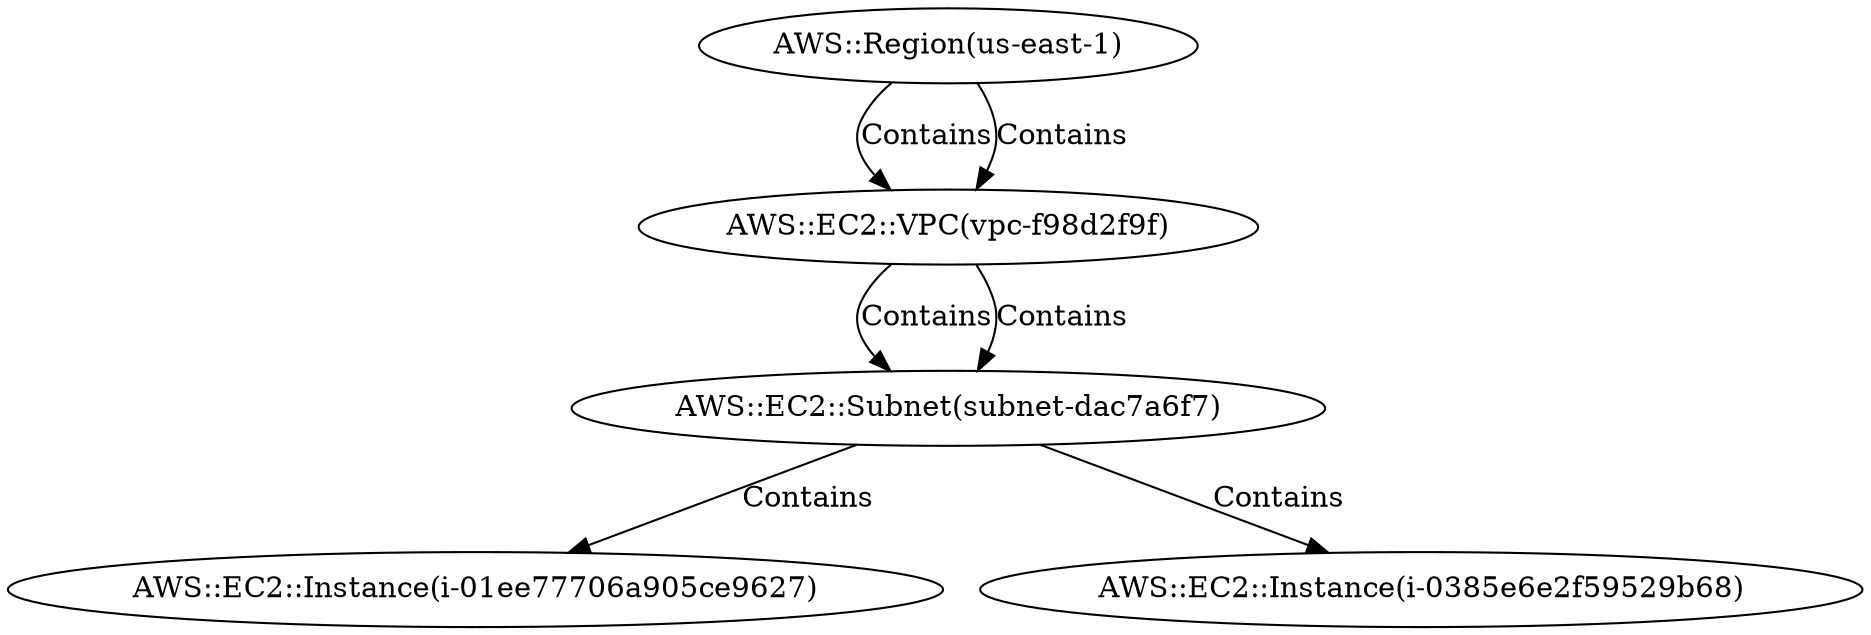
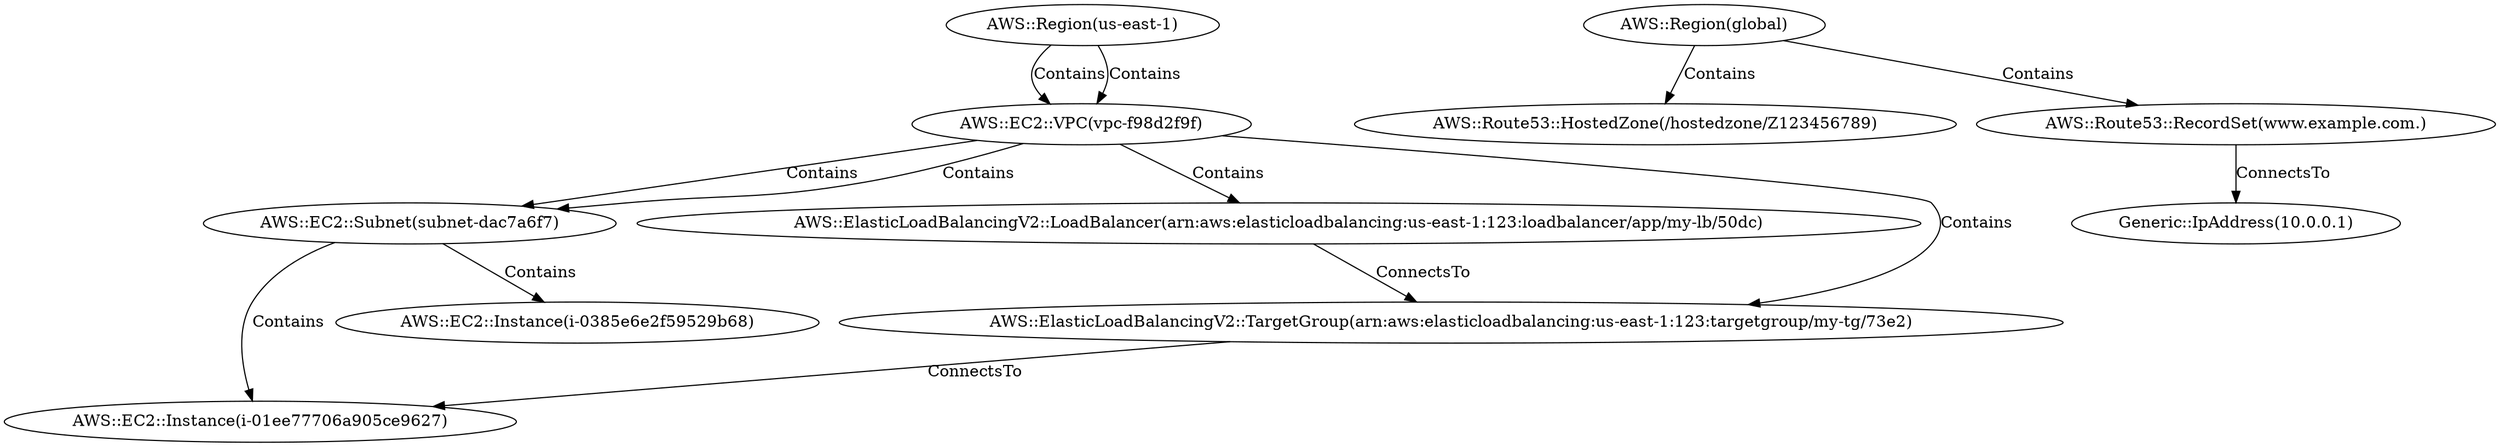
digraph {
    0 [ label = "AWS::Region(us-east-1)" ]
    1 [ label = "AWS::EC2::VPC(vpc-f98d2f9f)" ]
    2 [ label = "AWS::EC2::Subnet(subnet-dac7a6f7)" ]
    3 [ label = "AWS::EC2::Instance(i-01ee77706a905ce9627)" ]
    4 [ label = "AWS::EC2::Instance(i-0385e6e2f59529b68)" ]
+     5 [ label = "AWS::ElasticLoadBalancingV2::LoadBalancer(arn:aws:elasticloadbalancing:us-east-1:123:loadbalancer/app/my-lb/50dc)" ]
+     6 [ label = "AWS::ElasticLoadBalancingV2::TargetGroup(arn:aws:elasticloadbalancing:us-east-1:123:targetgroup/my-tg/73e2)" ]
+     7 [ label = "AWS::Region(global)" ]
+     8 [ label = "AWS::Route53::HostedZone(/hostedzone/Z123456789)" ]
+     9 [ label = "AWS::Route53::RecordSet(www.example.com.)" ]
+     10 [ label = "Generic::IpAddress(10.0.0.1)" ]
    0 -> 1 [ label = "Contains" ]
    1 -> 2 [ label = "Contains" ]
    2 -> 3 [ label = "Contains" ]
    0 -> 1 [ label = "Contains" ]
    1 -> 2 [ label = "Contains" ]
    2 -> 4 [ label = "Contains" ]
+     1 -> 5 [ label = "Contains" ]
+     1 -> 6 [ label = "Contains" ]
+     6 -> 3 [ label = "ConnectsTo" ]
+     5 -> 6 [ label = "ConnectsTo" ]
+     7 -> 8 [ label = "Contains" ]
+     7 -> 9 [ label = "Contains" ]
+     9 -> 10 [ label = "ConnectsTo" ]
}
